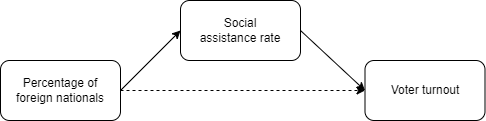
t4d-gmbh/voter-turnout-in-switzerland keeps this draw.io diagram as images/scm-mediator.drawio.png. Above is the earlier version. Source tidied: cells renumbered, new cells last; positions are measured from the earlier drawing's top-left corner, leaving out a move shared by most shapes. The source it was exported from:
```xml
<mxGraphModel>
  <root>
    <mxCell id="0" />
    <mxCell id="1" parent="0" />
    <mxCell id="2" value="Voter turnout" style="rounded=1;whiteSpace=wrap;html=1;" parent="1" vertex="1">
      <mxGeometry x="364.5" y="60" width="120" height="60" as="geometry" />
    </mxCell>
    <mxCell id="3" value="Percentage of &lt;br&gt;foreign nationals" style="rounded=1;whiteSpace=wrap;html=1;" parent="1" vertex="1">
      <mxGeometry y="60" width="120" height="60" as="geometry" />
    </mxCell>
    <mxCell id="4" value="Social &lt;br&gt;assistance rate" style="rounded=1;whiteSpace=wrap;html=1;" parent="1" vertex="1">
      <mxGeometry x="180" width="120" height="60" as="geometry" />
    </mxCell>
    <mxCell id="5" style="endArrow=classic;html=1;rounded=0;entryX=0;entryY=0.5;entryDx=0;entryDy=0;" parent="1" edge="1" target="4">
      <mxGeometry relative="1" as="geometry">
        <mxPoint x="120" y="90" as="sourcePoint" />
      </mxGeometry>
    </mxCell>
    <mxCell id="6" style="endArrow=classic;html=1;rounded=0;exitX=1;exitY=0.5;exitDx=0;exitDy=0;entryX=0;entryY=0.5;entryDx=0;entryDy=0;" parent="1" edge="1" source="4" target="2">
      <mxGeometry relative="1" as="geometry" />
    </mxCell>
    <mxCell id="7" style="endArrow=classic;html=1;rounded=0;exitX=1;exitY=0.5;exitDx=0;exitDy=0;dashed=1;" parent="1" edge="1" source="3" target="2">
      <mxGeometry relative="1" as="geometry" />
    </mxCell>
  </root>
</mxGraphModel>
```
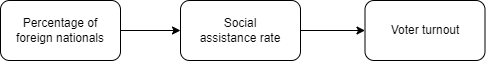
Later version of the same file.

Commit message:
Add new verison of the scm for mediation scenario.

What changed in the source:
```diff
@@ -9,7 +9,7 @@
       <mxGeometry y="60" width="120" height="60" as="geometry" />
     </mxCell>
     <mxCell id="4" value="Social &lt;br&gt;assistance rate" style="rounded=1;whiteSpace=wrap;html=1;" parent="1" vertex="1">
-      <mxGeometry x="180" width="120" height="60" as="geometry" />
+      <mxGeometry x="180" y="60" width="120" height="60" as="geometry" />
     </mxCell>
     <mxCell id="5" style="endArrow=classic;html=1;rounded=0;entryX=0;entryY=0.5;entryDx=0;entryDy=0;" parent="1" edge="1" target="4">
       <mxGeometry relative="1" as="geometry">
@@ -19,8 +19,5 @@
     <mxCell id="6" style="endArrow=classic;html=1;rounded=0;exitX=1;exitY=0.5;exitDx=0;exitDy=0;entryX=0;entryY=0.5;entryDx=0;entryDy=0;" parent="1" edge="1" source="4" target="2">
       <mxGeometry relative="1" as="geometry" />
     </mxCell>
-    <mxCell id="7" style="endArrow=classic;html=1;rounded=0;exitX=1;exitY=0.5;exitDx=0;exitDy=0;dashed=1;" parent="1" edge="1" source="3" target="2">
-      <mxGeometry relative="1" as="geometry" />
-    </mxCell>
   </root>
 </mxGraphModel>
```
